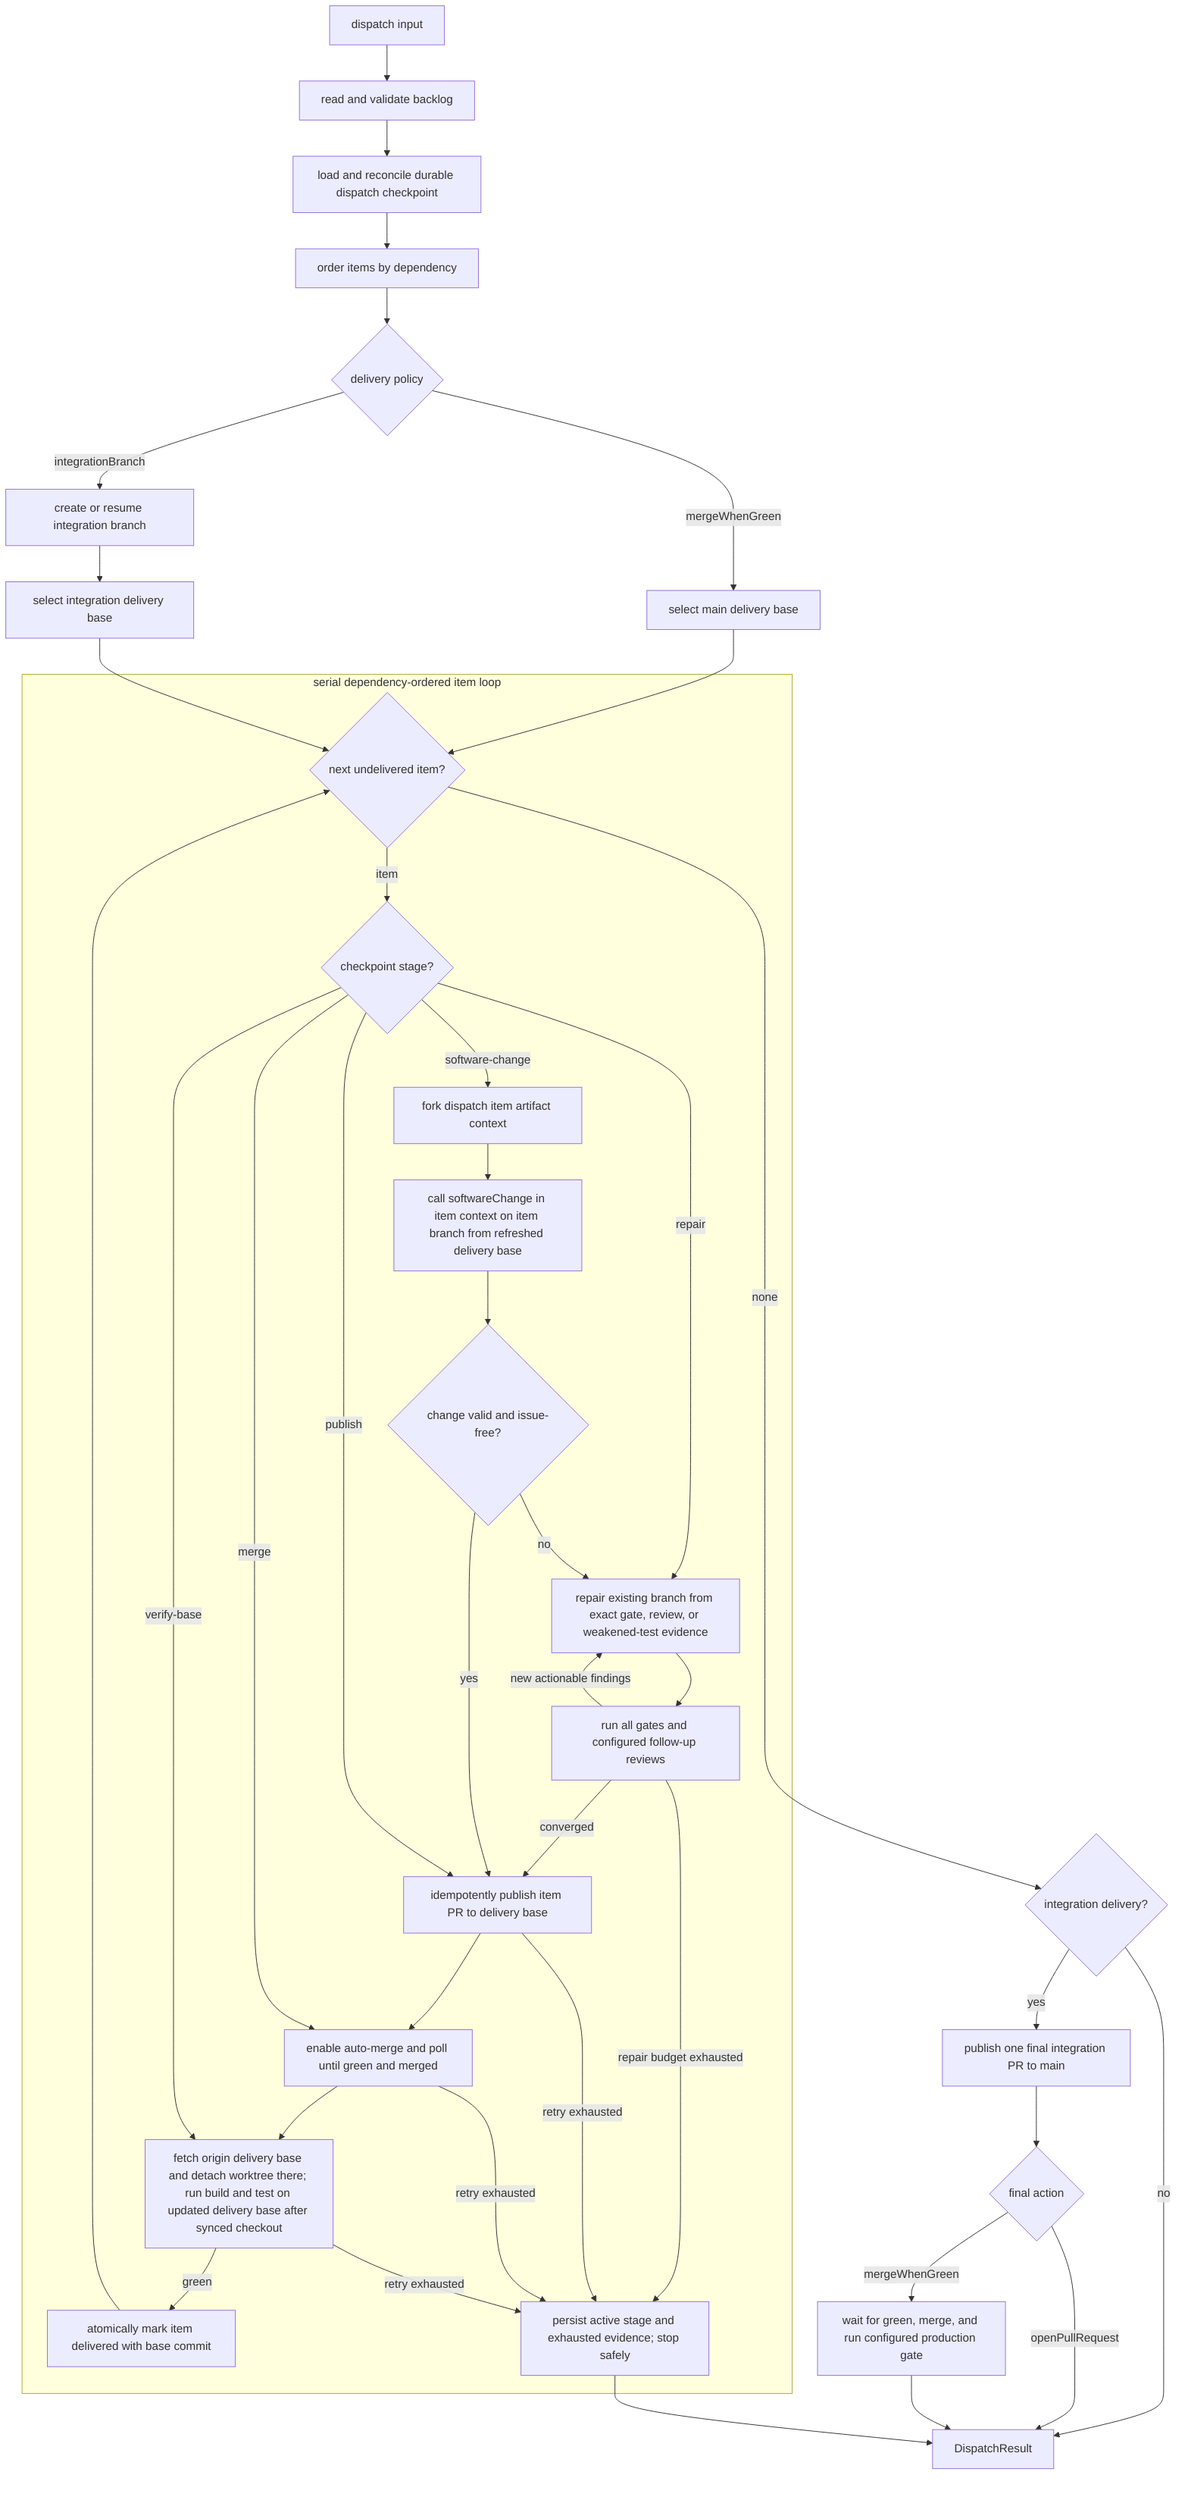
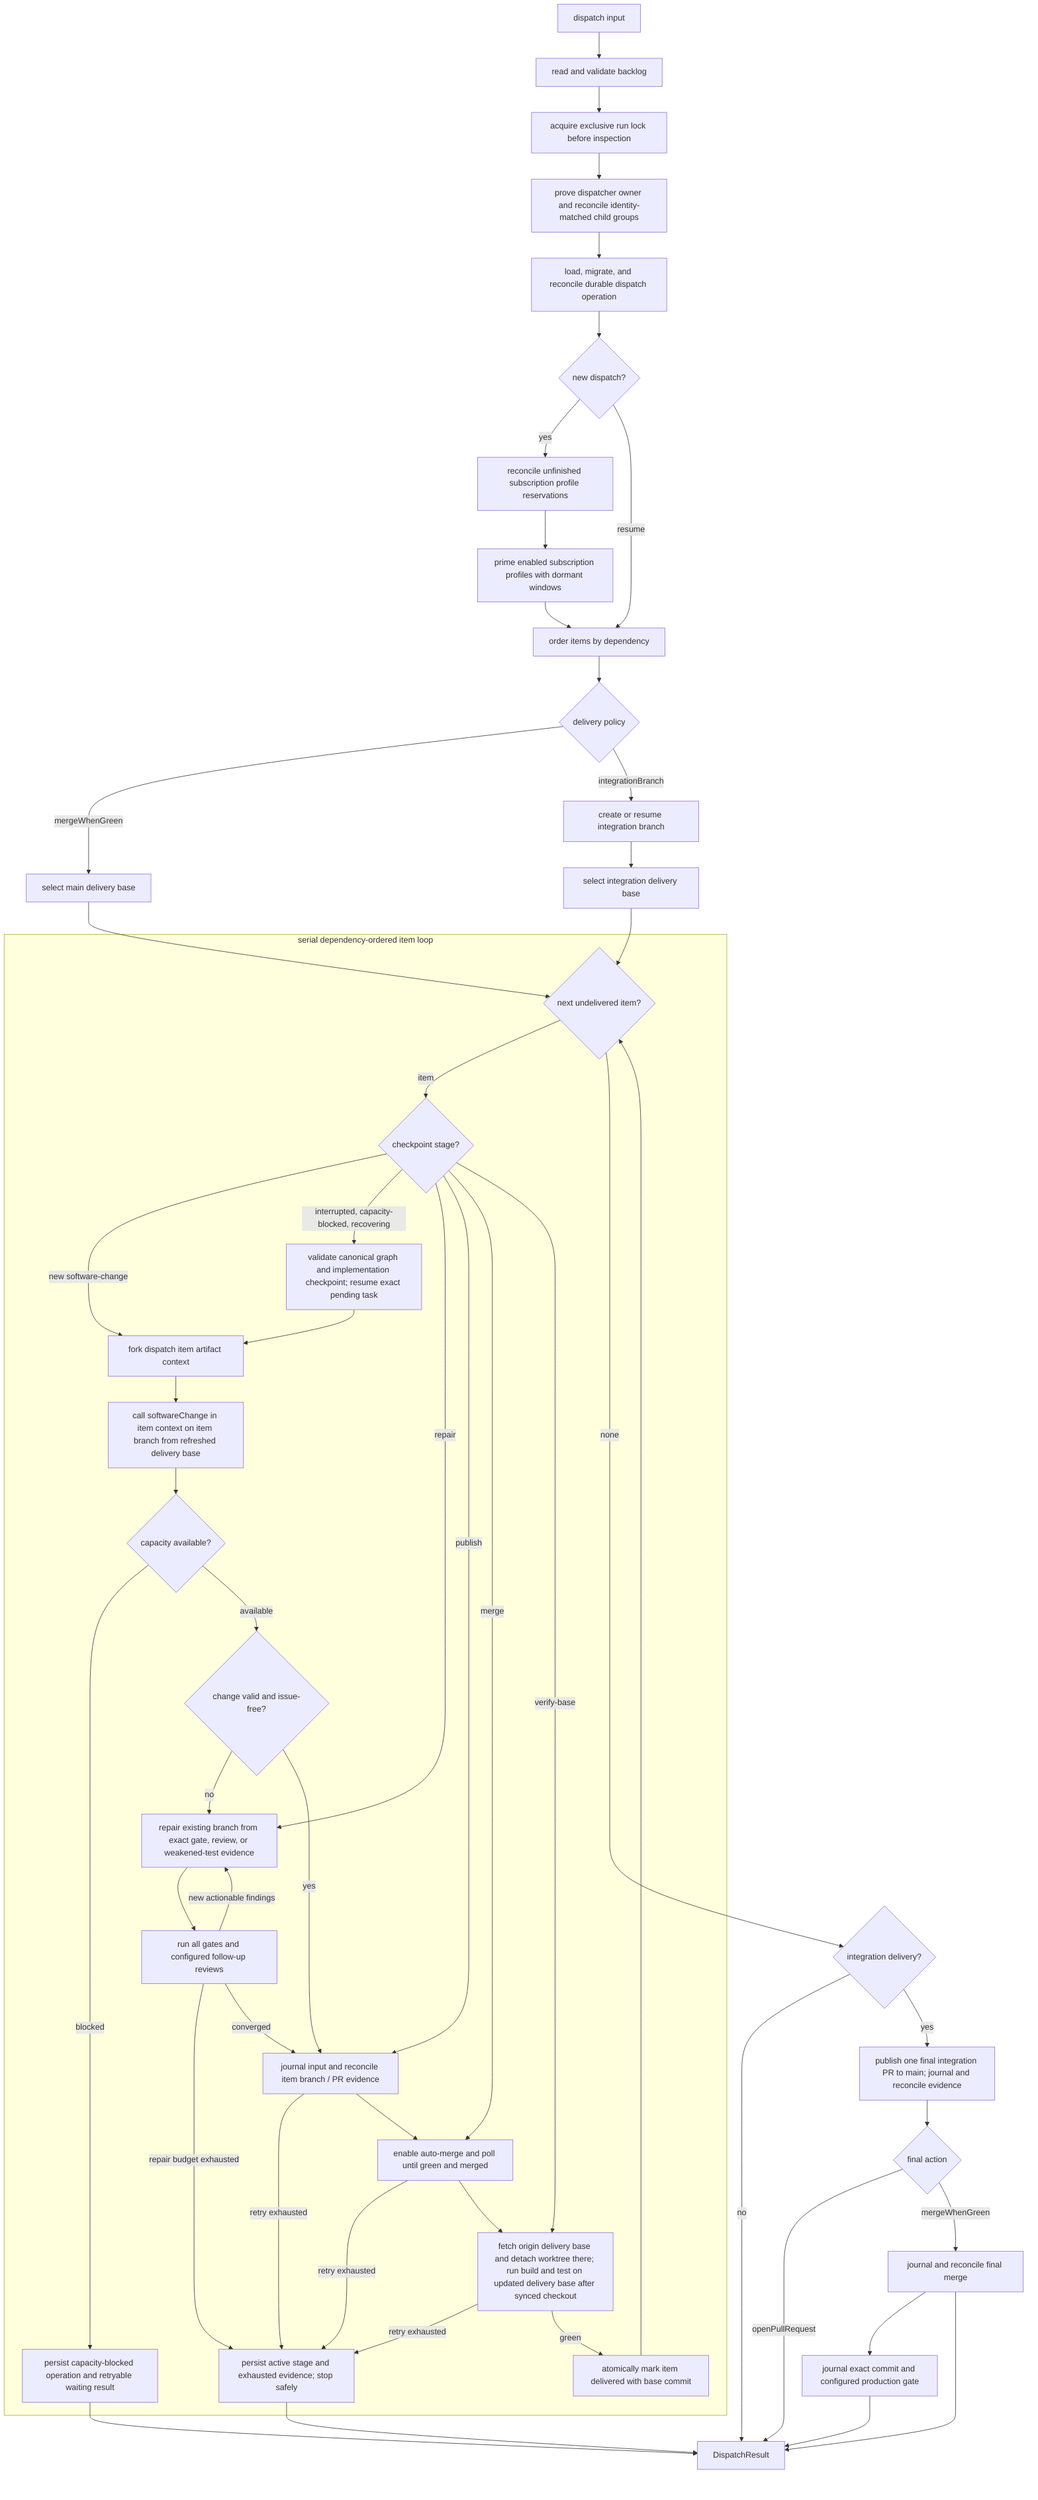
flowchart TD
  Input["dispatch input"] --> ReadBacklog["read and validate backlog"]
-   ReadBacklog --> State["load and reconcile durable dispatch checkpoint"]
-   State --> Order["order items by dependency"]
+   ReadBacklog --> Lock["acquire exclusive run lock before inspection"]
+   Lock --> Owner["prove dispatcher owner and reconcile identity-matched child groups"]
+   Owner --> State["load, migrate, and reconcile durable dispatch operation"]
+   State --> Starting{"new dispatch?"}
+   Starting -->|yes| ResolveProfiles["reconcile unfinished subscription profile reservations"]
+   ResolveProfiles --> PrimeProfiles["prime enabled subscription profiles with dormant windows"]
+   PrimeProfiles --> Order["order items by dependency"]
+   Starting -->|resume| Order
  Order --> Policy{"delivery policy"}
  Policy -->|mergeWhenGreen| DeliveryBase["select main delivery base"]
  Policy -->|integrationBranch| PrepareIntegration["create or resume integration branch"]
  PrepareIntegration --> DeliveryBase2["select integration delivery base"]
  DeliveryBase --> NextItem
  DeliveryBase2 --> NextItem

  subgraph ItemLoop["serial dependency-ordered item loop"]
    NextItem{"next undelivered item?"}
    Resume{"checkpoint stage?"}
    ItemContext["fork dispatch item artifact context"]
    SoftwareChange["call softwareChange in item context on item branch from refreshed delivery base"]
+     Capacity{"capacity available?"}
+     Wait["persist capacity-blocked operation and retryable waiting result"]
+     PreciseResume["validate canonical graph and implementation checkpoint; resume exact pending task"]
    Ready{"change valid and issue-free?"}
    Repair["repair existing branch from exact gate, review, or weakened-test evidence"]
    VerifyRepair["run all gates and configured follow-up reviews"]
-     Publish["idempotently publish item PR to delivery base"]
+     Publish["journal input and reconcile item branch / PR evidence"]
    Merge["enable auto-merge and poll until green and merged"]
    VerifyBase["fetch origin delivery base and detach worktree there; run build and test on updated delivery base after synced checkout"]
    Persist["atomically mark item delivered with base commit"]
    Stop["persist active stage and exhausted evidence; stop safely"]

    NextItem -->|item| Resume
-     Resume -->|software-change| ItemContext
+     Resume -->|new software-change| ItemContext
+     Resume -->|interrupted, capacity-blocked, recovering| PreciseResume
+     PreciseResume --> ItemContext
    ItemContext --> SoftwareChange
-     SoftwareChange --> Ready
+     SoftwareChange --> Capacity
+     Capacity -->|blocked| Wait
+     Capacity -->|available| Ready
    Resume -->|repair| Repair
    Ready -->|no| Repair
    Repair --> VerifyRepair
    VerifyRepair -->|new actionable findings| Repair
    VerifyRepair -->|repair budget exhausted| Stop
    VerifyRepair -->|converged| Publish
    Ready -->|yes| Publish
    Resume -->|publish| Publish
    Publish -->|retry exhausted| Stop
    Publish --> Merge
    Resume -->|merge| Merge
    Merge -->|retry exhausted| Stop
    Merge --> VerifyBase
    Resume -->|verify-base| VerifyBase
    VerifyBase -->|retry exhausted| Stop
    VerifyBase -->|green| Persist
    Persist --> NextItem
  end

  NextItem -->|none| FinalPolicy{"integration delivery?"}
  FinalPolicy -->|no| Result["DispatchResult"]
-   FinalPolicy -->|yes| FinalPublish["publish one final integration PR to main"]
+   FinalPolicy -->|yes| FinalPublish["publish one final integration PR to main; journal and reconcile evidence"]
  FinalPublish --> FinalAction{"final action"}
  FinalAction -->|openPullRequest| Result
-   FinalAction -->|mergeWhenGreen| FinalMerge["wait for green, merge, and run configured production gate"]
+   FinalAction -->|mergeWhenGreen| FinalMerge["journal and reconcile final merge"]
+   FinalMerge --> Production["journal exact commit and configured production gate"]
+   Production --> Result
  FinalMerge --> Result
  Stop --> Result
+   Wait --> Result
